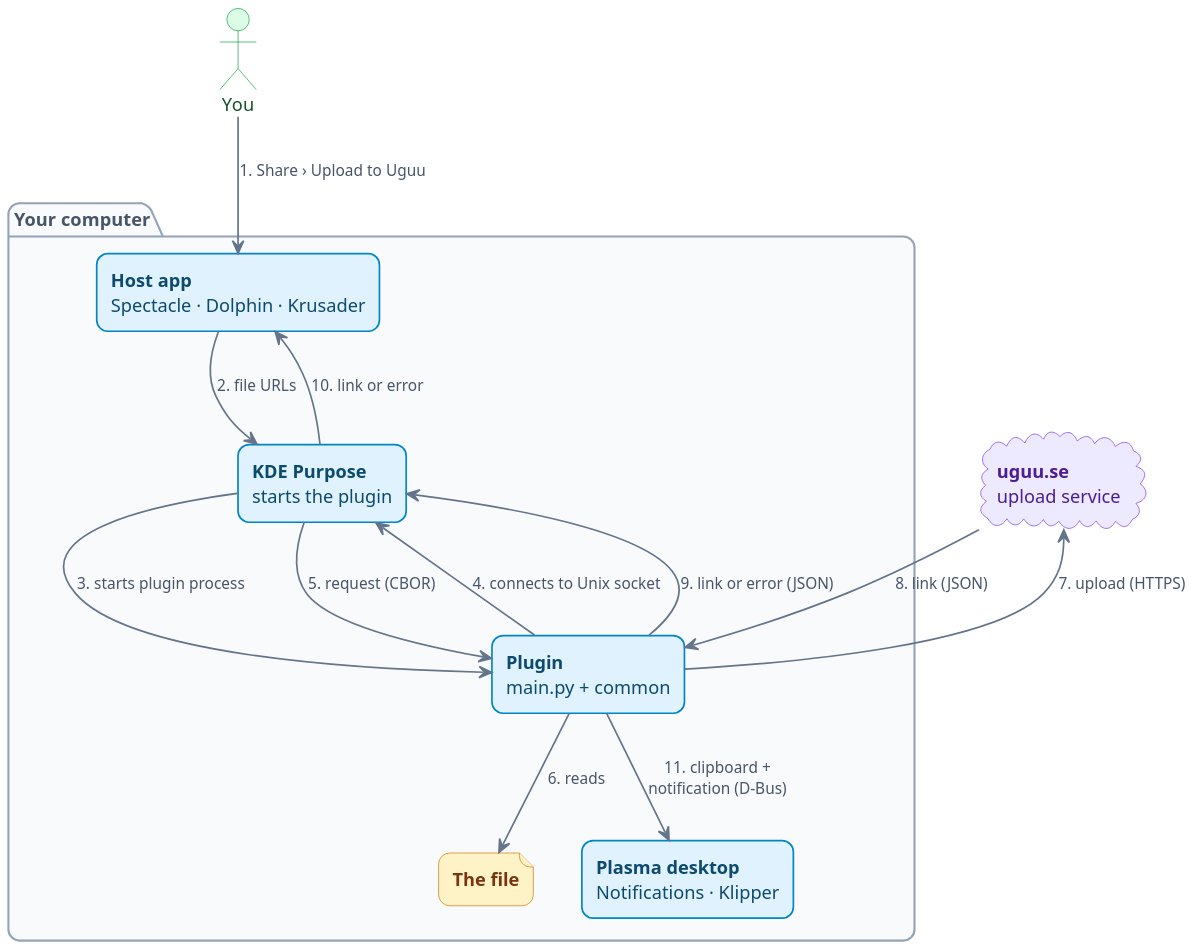
Earlier version of the PlantUML export docs/diagrams/out/how-it-works-overview.svg (midvok/kde-purpose-plugins).
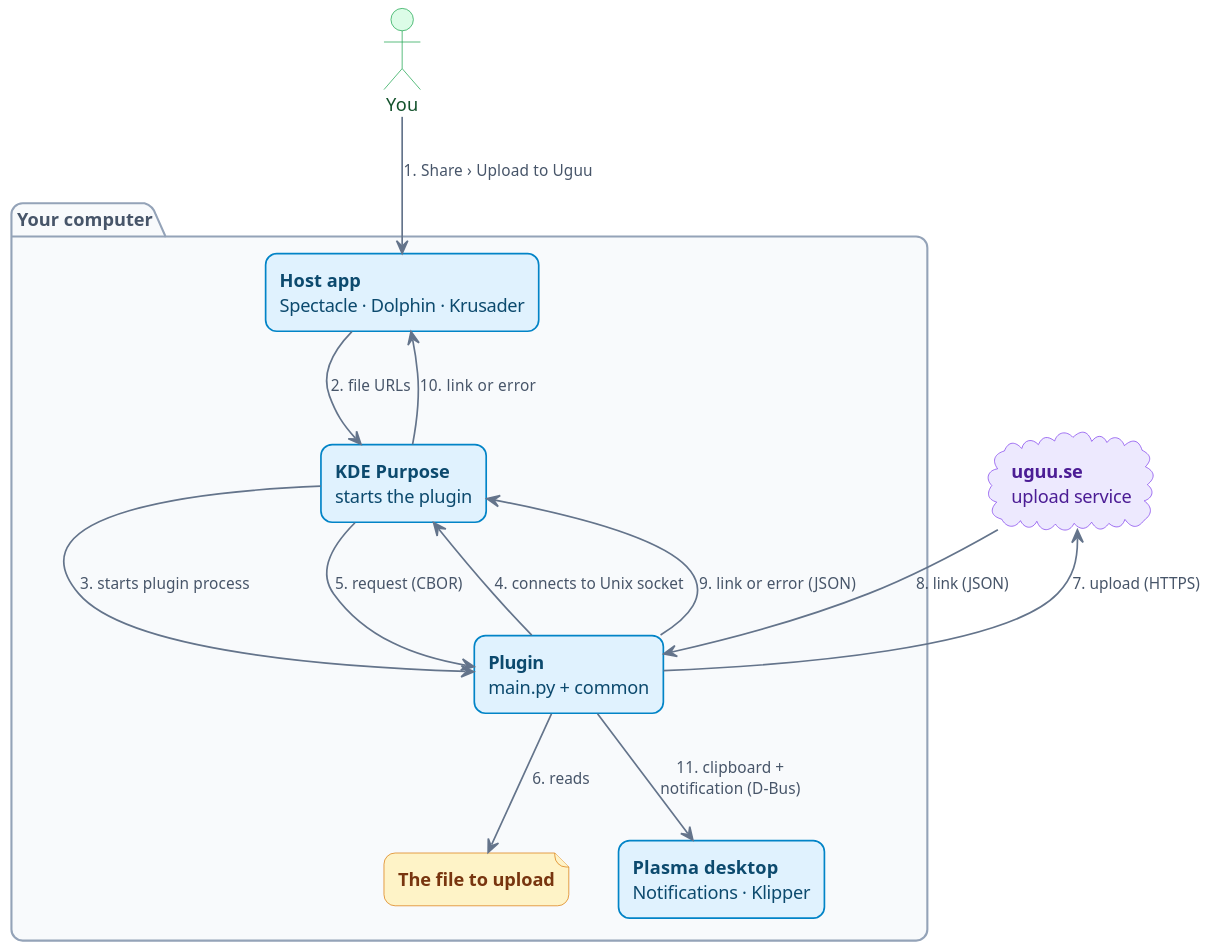
Later version of the same file.

Diff of the diagram source:
```diff
@@ -7,7 +7,7 @@
     rectangle "**Host app**\nSpectacle · Dolphin · Krusader" as host
     rectangle "**KDE Purpose**\nstarts the plugin" as purpose
     rectangle "**Plugin**\nmain.py + common" as plugin
-    file "**The file**" as file
+    file "**The file to upload**" as file
     rectangle "**Plasma desktop**\nNotifications · Klipper" as plasma
 }
 
```
